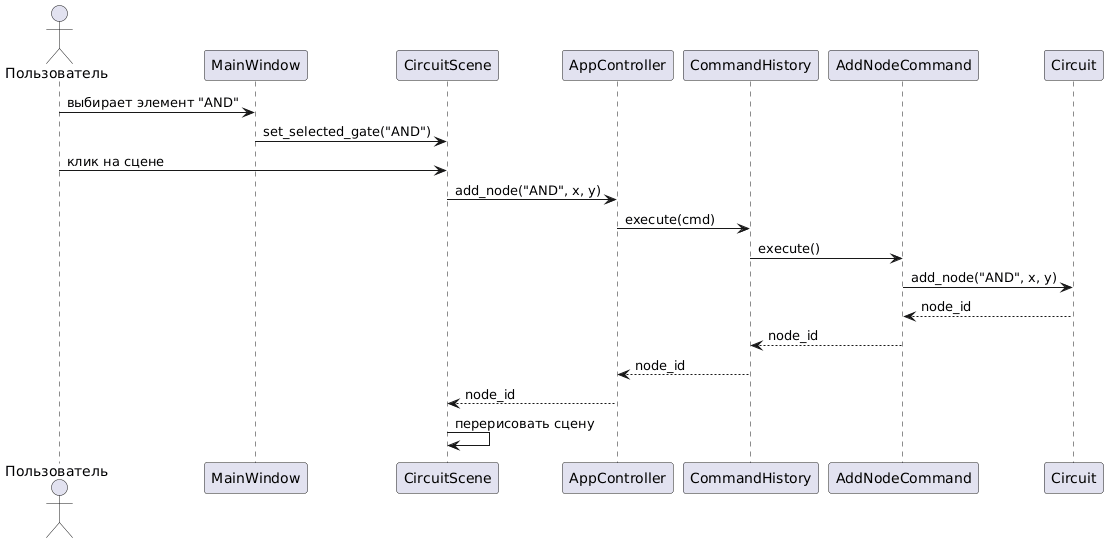
This is docs/uml/add_node_sequence.png from KuzmunKirill3384/boolean_circuit_editor, a PlantUML export, as it was before one commit. Source of this version:
```plantuml
@startuml
actor Пользователь
participant MainWindow
participant CircuitScene
participant AppController
participant CommandHistory
participant "AddNodeCommand" as CMD
participant Circuit

Пользователь -> MainWindow: выбирает элемент "AND"
MainWindow -> CircuitScene: set_selected_gate("AND")
Пользователь -> CircuitScene: клик на сцене
CircuitScene -> AppController: add_node("AND", x, y)
AppController -> CommandHistory: execute(cmd)
CommandHistory -> CMD: execute()
CMD -> Circuit: add_node("AND", x, y)
Circuit --> CMD: node_id
CMD --> CommandHistory: node_id
CommandHistory --> AppController: node_id
AppController --> CircuitScene: node_id
CircuitScene -> CircuitScene: перерисовать сцену
@enduml
```
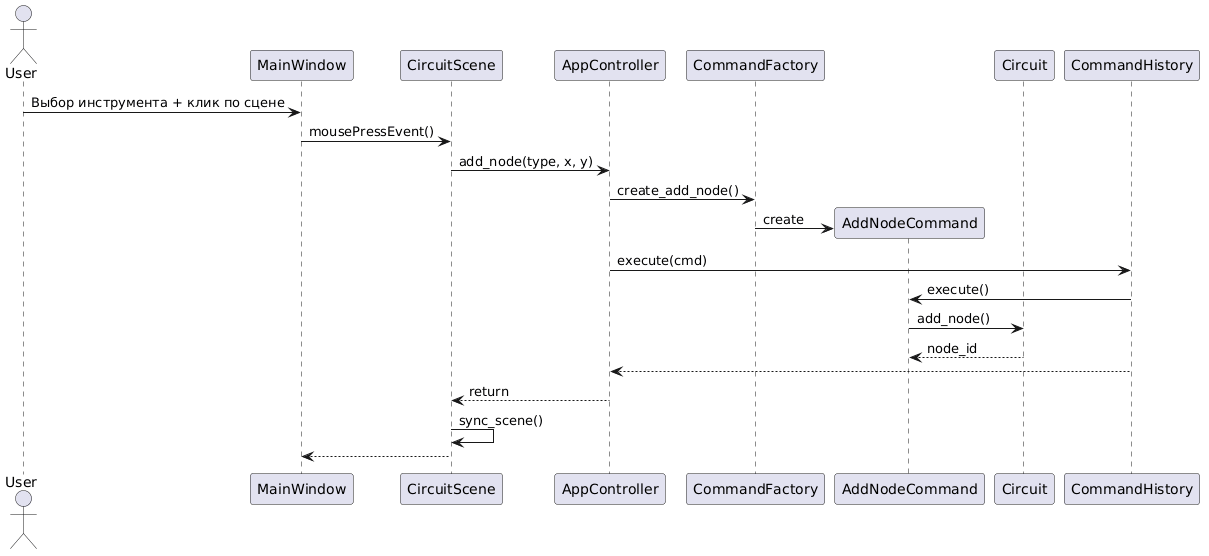
Above is the later version.

What changed in the source:
```diff
@@ -1,22 +1,23 @@
 @startuml
-actor Пользователь
+actor User
 participant MainWindow
 participant CircuitScene
 participant AppController
-participant CommandHistory
-participant "AddNodeCommand" as CMD
+participant CommandFactory
+participant AddNodeCommand
 participant Circuit
 
-Пользователь -> MainWindow: выбирает элемент "AND"
-MainWindow -> CircuitScene: set_selected_gate("AND")
-Пользователь -> CircuitScene: клик на сцене
-CircuitScene -> AppController: add_node("AND", x, y)
-AppController -> CommandHistory: execute(cmd)
-CommandHistory -> CMD: execute()
-CMD -> Circuit: add_node("AND", x, y)
-Circuit --> CMD: node_id
-CMD --> CommandHistory: node_id
-CommandHistory --> AppController: node_id
-AppController --> CircuitScene: node_id
-CircuitScene -> CircuitScene: перерисовать сцену
+User -> MainWindow : Выбор инструмента + клик по сцене
+MainWindow -> CircuitScene : mousePressEvent()
+CircuitScene -> AppController : add_node(type, x, y)
+AppController -> CommandFactory : create_add_node()
+CommandFactory -> AddNodeCommand ** : create
+AppController -> CommandHistory : execute(cmd)
+CommandHistory -> AddNodeCommand : execute()
+AddNodeCommand -> Circuit : add_node()
+Circuit --> AddNodeCommand : node_id
+CommandHistory --> AppController
+AppController --> CircuitScene : return
+CircuitScene -> CircuitScene : sync_scene()
+CircuitScene --> MainWindow
 @enduml
```
